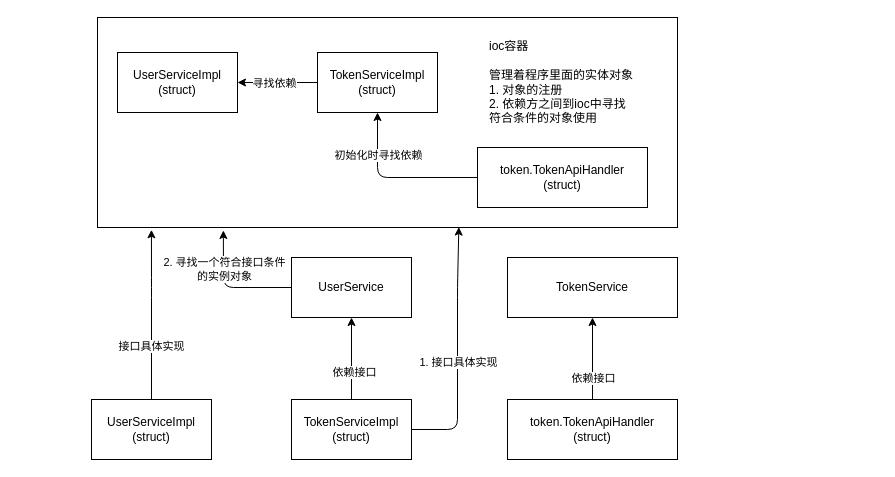
Before: vblog/docs/ioc.drawio in dawson283067/go_projects, a draw.io diagram. Source tidied: cells renumbered, new cells numbered last; positions are measured from the earlier drawing's top-left corner, leaving out a move shared by most shapes. Both pictures are drawn from the tidied source at 100%, with x=0, y=0 at pixel (91, 17).
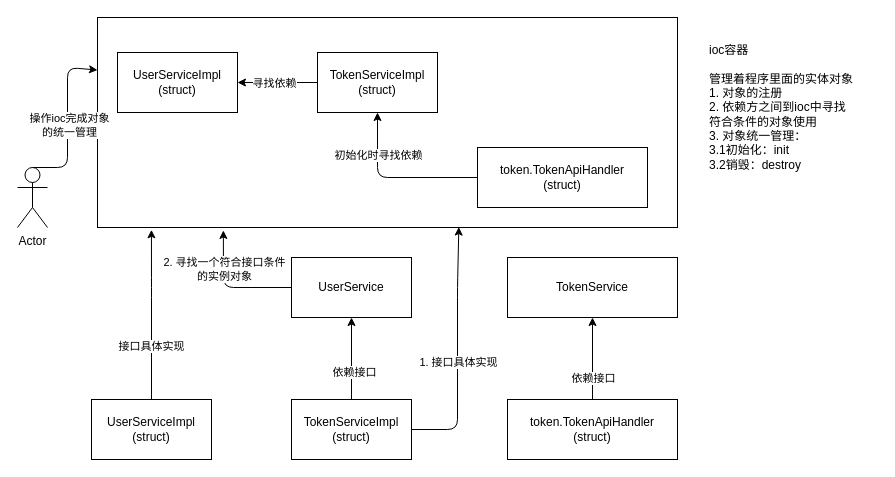
The same diagram, later.

Unchanged cells that the change refers to:
```xml
<mxCell id="15" style="rounded=0;whiteSpace=wrap;html=1;" parent="1" vertex="1">
  <mxGeometry x="6" width="580" height="210" as="geometry" />
</mxCell>
```

The edit, as a diff of the source:
```diff
@@
-    <mxCell id="18" value="ioc容器&lt;br&gt;&lt;br&gt;管理着程序里面的实体对象&lt;br&gt;1. 对象的注册&lt;br&gt;2. 依赖方之间到ioc中寻找&lt;br&gt;符合条件的对象使用" style="text;html=1;align=left;verticalAlign=middle;strokeColor=none;fillColor=none;" parent="1" vertex="1">
-      <mxGeometry x="396" y="15" width="170" height="100" as="geometry" />
+    <mxCell id="18" value="ioc容器&lt;br&gt;&lt;br&gt;管理着程序里面的实体对象&lt;br&gt;1. 对象的注册&lt;br&gt;2. 依赖方之间到ioc中寻找&lt;br&gt;符合条件的对象使用&lt;br&gt;3. 对象统一管理：&lt;br&gt;3.1初始化：init&lt;br&gt;3.2销毁：destroy" style="text;html=1;align=left;verticalAlign=middle;strokeColor=none;fillColor=none;" parent="1" vertex="1">
+      <mxGeometry x="616" y="20" width="170" height="140" as="geometry" />
     </mxCell>
@@
+    <mxCell id="26" value="Actor" style="shape=umlActor;verticalLabelPosition=bottom;verticalAlign=top;html=1;outlineConnect=0;" parent="1" vertex="1">
+      <mxGeometry x="-74" y="150" width="30" height="60" as="geometry" />
+    </mxCell>
+    <mxCell id="27" style="endArrow=classic;html=1;entryX=0;entryY=0.25;entryDx=0;entryDy=0;exitX=0.5;exitY=0;exitDx=0;exitDy=0;exitPerimeter=0;" parent="1" edge="1" source="26" target="15">
+      <mxGeometry relative="1" as="geometry">
+        <Array as="points">
+          <mxPoint x="-24" y="150" />
+          <mxPoint x="-24" y="50" />
+        </Array>
+      </mxGeometry>
+    </mxCell>
+    <mxCell id="28" value="操作ioc完成对象&lt;br&gt;的统一管理" style="edgeLabel;html=1;align=center;verticalAlign=middle;" parent="27" vertex="1">
+      <mxGeometry x="-0.53" y="-1" relative="1" as="geometry">
+        <mxPoint y="-39" as="offset" />
+      </mxGeometry>
+    </mxCell>
```
